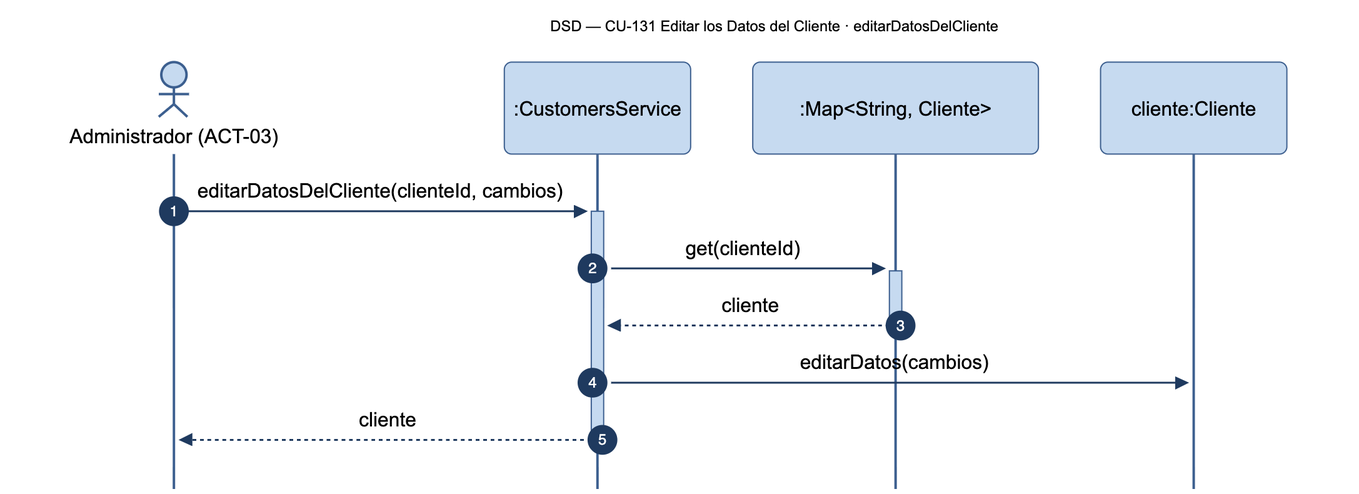
The Mermaid diagram diagramas/png/DSD_CU-131_editarDatosDelCliente.png in Nahuelito-Dev/splg-docs, before a commit. Its source is kept beside it as diagramas/DSD_CU-131_editarDatosDelCliente.mmd.
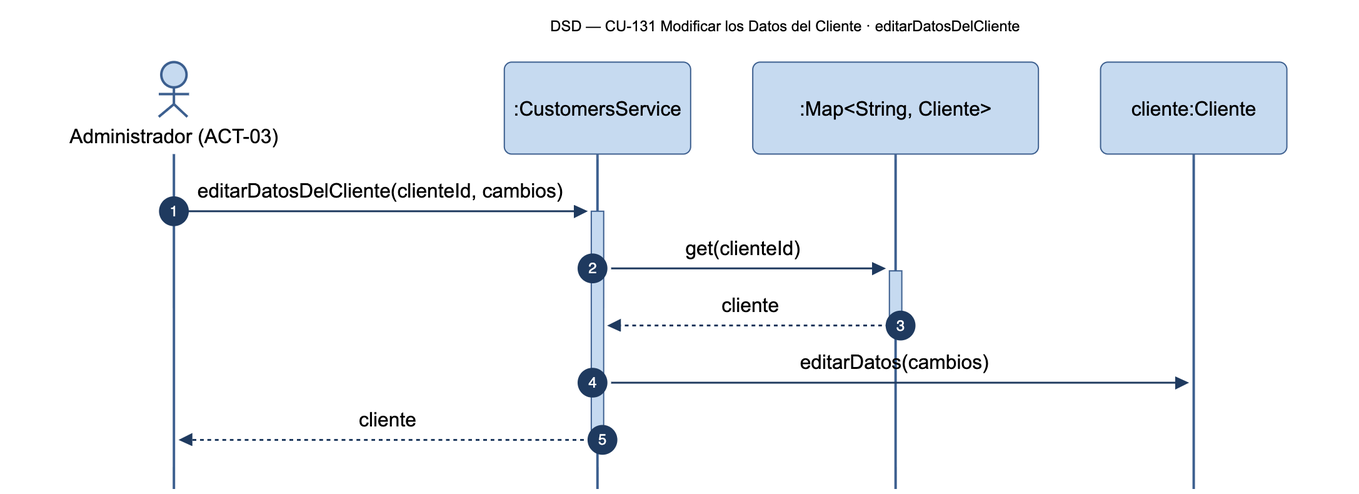
After the change.

Diff of the diagram source:
```diff
@@ -1,5 +1,5 @@
 sequenceDiagram
-    title DSD — CU-131 Editar los Datos del Cliente · editarDatosDelCliente
+    title DSD — CU-131 Modificar los Datos del Cliente · editarDatosDelCliente
     autonumber
     actor ADM as Administrador (ACT-03)
     participant SRV as :CustomersService
```
